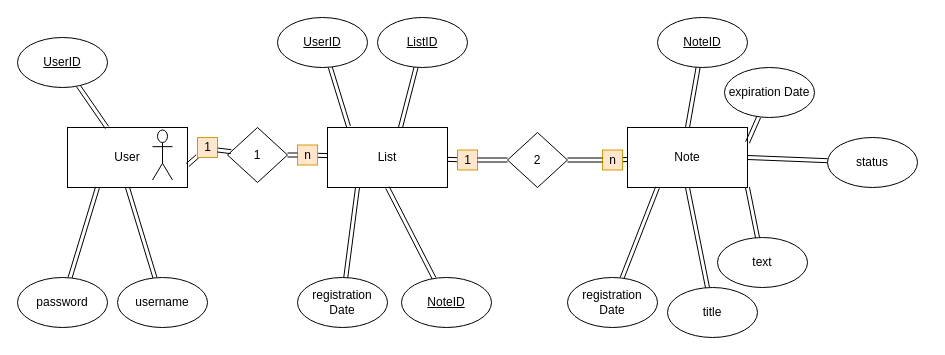
Above: Untitled Diagram.drawio in Mooike/Seminararbeit (draw.io), before the change. Source tidied: cells renumbered, new cells numbered last; positions are measured from the earlier drawing's top-left corner, leaving out a move shared by most shapes. Both pictures are drawn from the tidied source at 100%, with x=0, y=0 at pixel (17, 17).
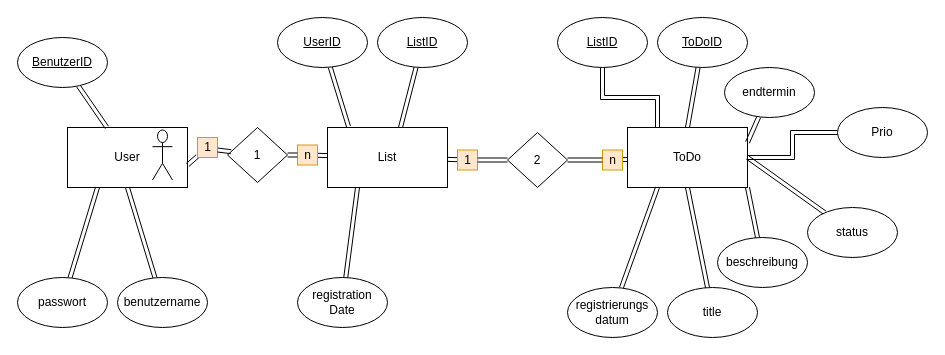
After the change.

The change refers to these unchanged cells:
```xml
<mxCell id="3" value="List" style="rounded=0;whiteSpace=wrap;html=1;" parent="1" vertex="1">
  <mxGeometry x="310" y="110" width="120" height="60" as="geometry" />
</mxCell>
```

What changed in the source:
```diff
@@
-    <mxCell id="4" value="Note" style="rounded=0;whiteSpace=wrap;html=1;" parent="1" vertex="1">
+    <mxCell id="4" value="ToDo" style="rounded=0;whiteSpace=wrap;html=1;" parent="1" vertex="1">
       <mxGeometry x="610" y="110" width="120" height="60" as="geometry" />
     </mxCell>
@@
-    <mxCell id="6" value="&lt;u&gt;UserID&lt;/u&gt;" style="ellipse;whiteSpace=wrap;html=1;" parent="1" vertex="1">
+    <mxCell id="6" value="&lt;u&gt;BenutzerID&lt;/u&gt;" style="ellipse;whiteSpace=wrap;html=1;" parent="1" vertex="1">
       <mxGeometry y="20" width="90" height="50" as="geometry" />
     </mxCell>
@@
-    <mxCell id="8" value="password" style="ellipse;whiteSpace=wrap;html=1;" parent="1" vertex="1">
+    <mxCell id="8" value="passwort" style="ellipse;whiteSpace=wrap;html=1;" parent="1" vertex="1">
       <mxGeometry y="260" width="90" height="50" as="geometry" />
     </mxCell>
@@
-    <mxCell id="10" value="username" style="ellipse;whiteSpace=wrap;html=1;" parent="1" vertex="1">
+    <mxCell id="10" value="benutzername" style="ellipse;whiteSpace=wrap;html=1;" parent="1" vertex="1">
       <mxGeometry x="100" y="260" width="90" height="50" as="geometry" />
     </mxCell>
@@
-    <mxCell id="17" style="edgeStyle=none;shape=link;rounded=0;jettySize=auto;html=1;entryX=0.5;entryY=1;entryDx=0;entryDy=0;" parent="1" edge="1" source="18" target="3">
-      <mxGeometry relative="1" as="geometry" />
-    </mxCell>
-    <mxCell id="18" value="&lt;u&gt;NoteID&lt;/u&gt;" style="ellipse;whiteSpace=wrap;html=1;" parent="1" vertex="1">
-      <mxGeometry x="384" y="260" width="90" height="50" as="geometry" />
-    </mxCell>
@@
-    <mxCell id="20" value="&lt;u&gt;NoteID&lt;/u&gt;" style="ellipse;whiteSpace=wrap;html=1;" parent="1" vertex="1">
+    <mxCell id="20" value="&lt;u&gt;ToDoID&lt;/u&gt;" style="ellipse;whiteSpace=wrap;html=1;" parent="1" vertex="1">
       <mxGeometry x="640" width="90" height="50" as="geometry" />
     </mxCell>
@@
-    <mxCell id="22" value="registration Date" style="ellipse;whiteSpace=wrap;html=1;" parent="1" vertex="1">
-      <mxGeometry x="550" y="260" width="90" height="50" as="geometry" />
+    <mxCell id="22" value="registrierungs&lt;br&gt;datum" style="ellipse;whiteSpace=wrap;html=1;" parent="1" vertex="1">
+      <mxGeometry x="550" y="270" width="90" height="50" as="geometry" />
     </mxCell>
@@
-    <mxCell id="26" value="text" style="ellipse;whiteSpace=wrap;html=1;" parent="1" vertex="1">
+    <mxCell id="26" value="beschreibung" style="ellipse;whiteSpace=wrap;html=1;" parent="1" vertex="1">
       <mxGeometry x="700" y="220" width="90" height="50" as="geometry" />
     </mxCell>
@@
-    <mxCell id="28" value="expiration Date" style="ellipse;whiteSpace=wrap;html=1;" parent="1" vertex="1">
+    <mxCell id="28" value="endtermin" style="ellipse;whiteSpace=wrap;html=1;" parent="1" vertex="1">
       <mxGeometry x="707" y="50" width="90" height="50" as="geometry" />
     </mxCell>
@@
     <mxCell id="45" value="status" style="ellipse;whiteSpace=wrap;html=1;" parent="1" vertex="1">
-      <mxGeometry x="810" y="120" width="90" height="50" as="geometry" />
+      <mxGeometry x="790" y="190" width="90" height="50" as="geometry" />
     </mxCell>
+    <mxCell id="46" style="edgeStyle=orthogonalEdgeStyle;rounded=0;jettySize=auto;html=1;entryX=1;entryY=0.5;entryDx=0;entryDy=0;shape=link;" parent="1" edge="1" source="47" target="4">
+      <mxGeometry relative="1" as="geometry" />
+    </mxCell>
+    <mxCell id="47" value="Prio" style="ellipse;whiteSpace=wrap;html=1;" parent="1" vertex="1">
+      <mxGeometry x="820" y="90" width="90" height="50" as="geometry" />
+    </mxCell>
+    <mxCell id="48" style="edgeStyle=orthogonalEdgeStyle;shape=link;rounded=0;jettySize=auto;html=1;entryX=0.25;entryY=0;entryDx=0;entryDy=0;" parent="1" edge="1" source="49" target="4">
+      <mxGeometry relative="1" as="geometry" />
+    </mxCell>
+    <mxCell id="49" value="&lt;u&gt;ListID&lt;/u&gt;" style="ellipse;whiteSpace=wrap;html=1;" parent="1" vertex="1">
+      <mxGeometry x="540" width="90" height="50" as="geometry" />
+    </mxCell>
```
